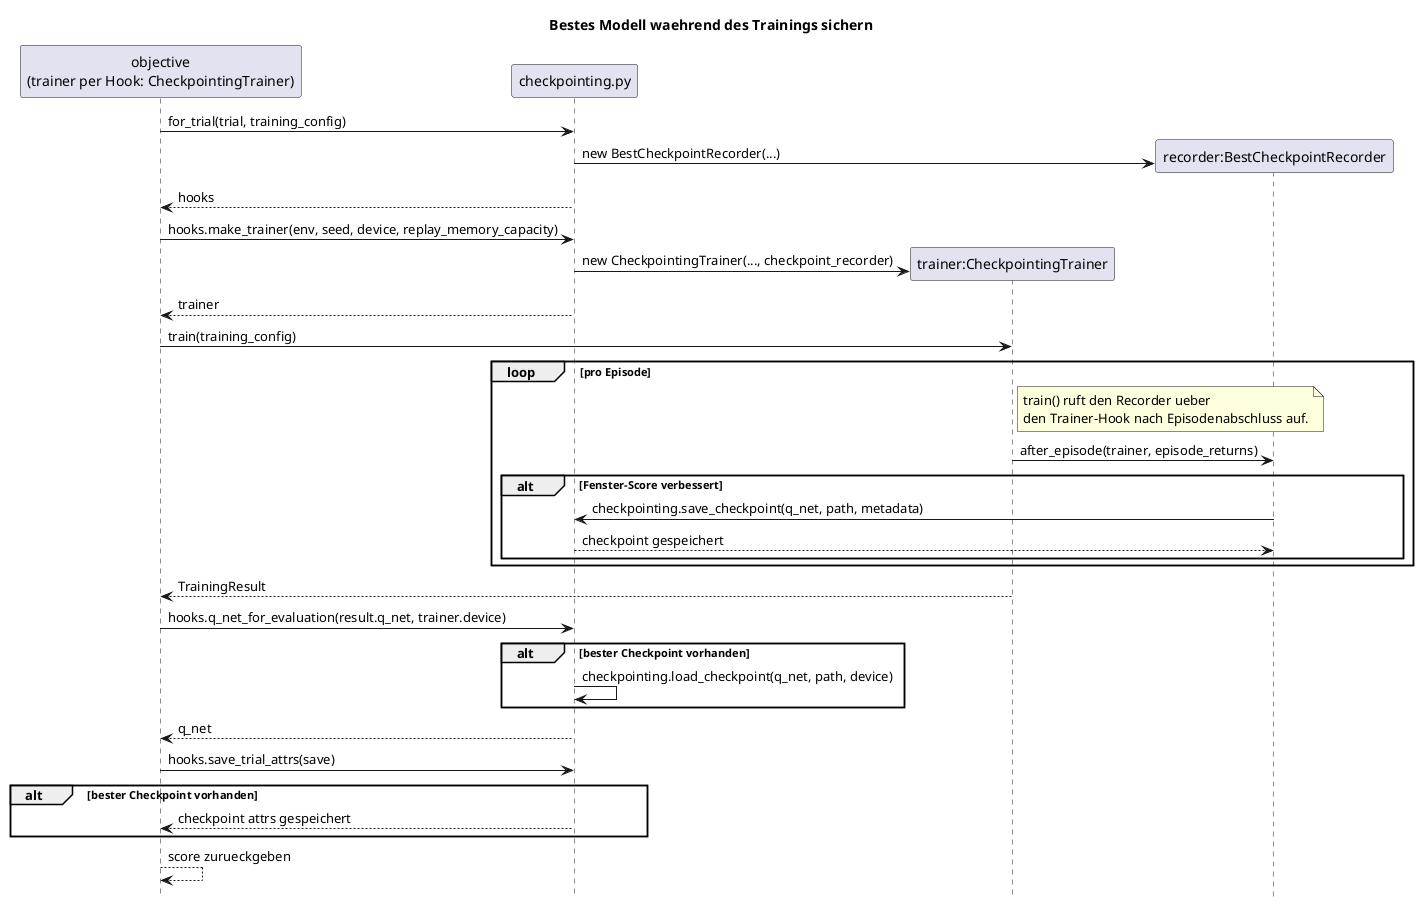
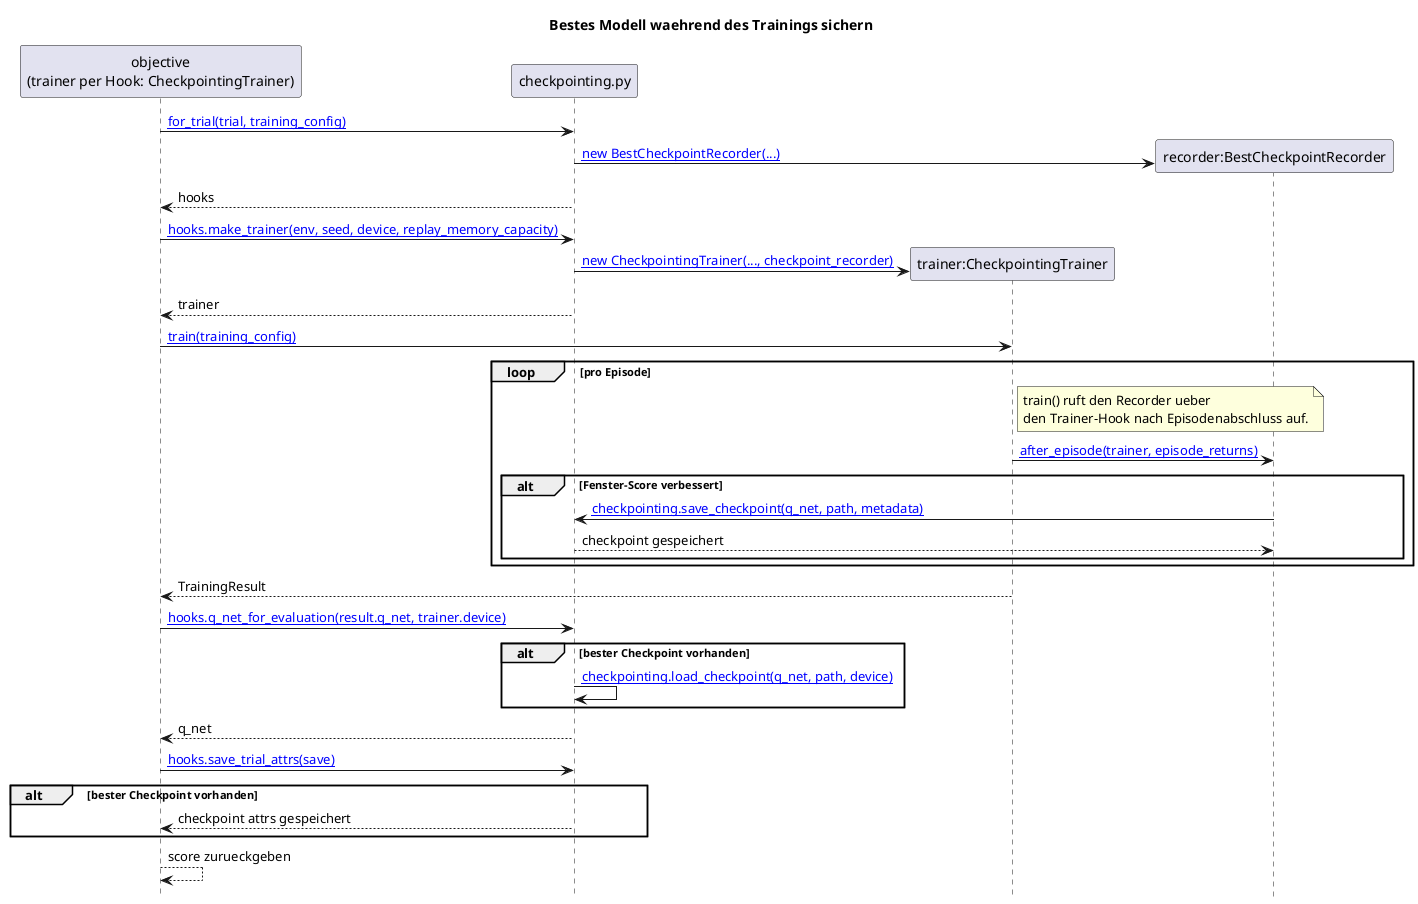
@startuml
title Bestes Modell waehrend des Trainings sichern

hide footbox

participant "objective\n(trainer per Hook: CheckpointingTrainer)" as Objective
participant "checkpointing.py" as Checkpointing
participant "trainer:CheckpointingTrainer" as Trainer
participant "recorder:BestCheckpointRecorder" as Recorder

- Objective -> Checkpointing: for_trial(trial, training_config)
+ url of Objective is [[vscode://file/C:/Users/mwehle/Documents/_P/KI/rl_lab/hpo/src/hpo/objective.py:142:1]]
+ url of Checkpointing is [[vscode://file/C:/Users/mwehle/Documents/_P/KI/rl_lab/hpo/src/hpo/checkpointing.py:1:1]]
+ url of Trainer is [[vscode://file/C:/Users/mwehle/Documents/_P/KI/rl_lab/hpo/src/hpo/checkpointing.py:72:1]]
+ url of Recorder is [[vscode://file/C:/Users/mwehle/Documents/_P/KI/rl_lab/hpo/src/hpo/checkpointing.py:23:1]]
+ 
+ Objective -> Checkpointing: [[vscode://file/C:/Users/mwehle/Documents/_P/KI/rl_lab/hpo/src/hpo/checkpointing.py:115:1 for_trial(trial, training_config)]]
create Recorder
- Checkpointing -> Recorder: new BestCheckpointRecorder(...)
+ Checkpointing -> Recorder: [[vscode://file/C:/Users/mwehle/Documents/_P/KI/rl_lab/hpo/src/hpo/checkpointing.py:120:1 new BestCheckpointRecorder(...)]]
Checkpointing --> Objective: hooks

- Objective -> Checkpointing: hooks.make_trainer(env, seed, device, replay_memory_capacity)
+ Objective -> Checkpointing: [[vscode://file/C:/Users/mwehle/Documents/_P/KI/rl_lab/hpo/src/hpo/checkpointing.py:145:1 hooks.make_trainer(env, seed, device, replay_memory_capacity)]]
create Trainer
- Checkpointing -> Trainer: new CheckpointingTrainer(..., checkpoint_recorder)
+ Checkpointing -> Trainer: [[vscode://file/C:/Users/mwehle/Documents/_P/KI/rl_lab/hpo/src/hpo/checkpointing.py:153:1 new CheckpointingTrainer(..., checkpoint_recorder)]]
Checkpointing --> Objective: trainer

- Objective -> Trainer: train(training_config)
+ Objective -> Trainer: [[vscode://file/C:/Users/mwehle/Documents/_P/KI/rl_lab/dqn/src/dqn/vector_training.py:166:1 train(training_config)]]

loop pro Episode
    note right of Trainer
        train() ruft den Recorder ueber
        den Trainer-Hook nach Episodenabschluss auf.
    end note
-     Trainer -> Recorder: after_episode(trainer, episode_returns)
+     Trainer -> Recorder: [[vscode://file/C:/Users/mwehle/Documents/_P/KI/rl_lab/hpo/src/hpo/checkpointing.py:49:1 after_episode(trainer, episode_returns)]]
    alt Fenster-Score verbessert
-         Recorder -> Checkpointing: checkpointing.save_checkpoint(q_net, path, metadata)
+         Recorder -> Checkpointing: [[vscode://file/C:/Users/mwehle/Documents/_P/KI/rl_lab/hpo/src/hpo/checkpointing.py:177:1 checkpointing.save_checkpoint(q_net, path, metadata)]]
        Checkpointing --> Recorder: checkpoint gespeichert
    end
end

Trainer --> Objective: TrainingResult

- Objective -> Checkpointing: hooks.q_net_for_evaluation(result.q_net, trainer.device)
+ Objective -> Checkpointing: [[vscode://file/C:/Users/mwehle/Documents/_P/KI/rl_lab/hpo/src/hpo/checkpointing.py:161:1 hooks.q_net_for_evaluation(result.q_net, trainer.device)]]
alt bester Checkpoint vorhanden
-     Checkpointing -> Checkpointing: checkpointing.load_checkpoint(q_net, path, device)
+     Checkpointing -> Checkpointing: [[vscode://file/C:/Users/mwehle/Documents/_P/KI/rl_lab/hpo/src/hpo/checkpointing.py:194:1 checkpointing.load_checkpoint(q_net, path, device)]]
end
Checkpointing --> Objective: q_net

- Objective -> Checkpointing: hooks.save_trial_attrs(save)
+ Objective -> Checkpointing: [[vscode://file/C:/Users/mwehle/Documents/_P/KI/rl_lab/hpo/src/hpo/checkpointing.py:166:1 hooks.save_trial_attrs(save)]]
alt bester Checkpoint vorhanden
    Checkpointing --> Objective: checkpoint attrs gespeichert
end

Objective --> Objective: score zurueckgeben

@enduml
